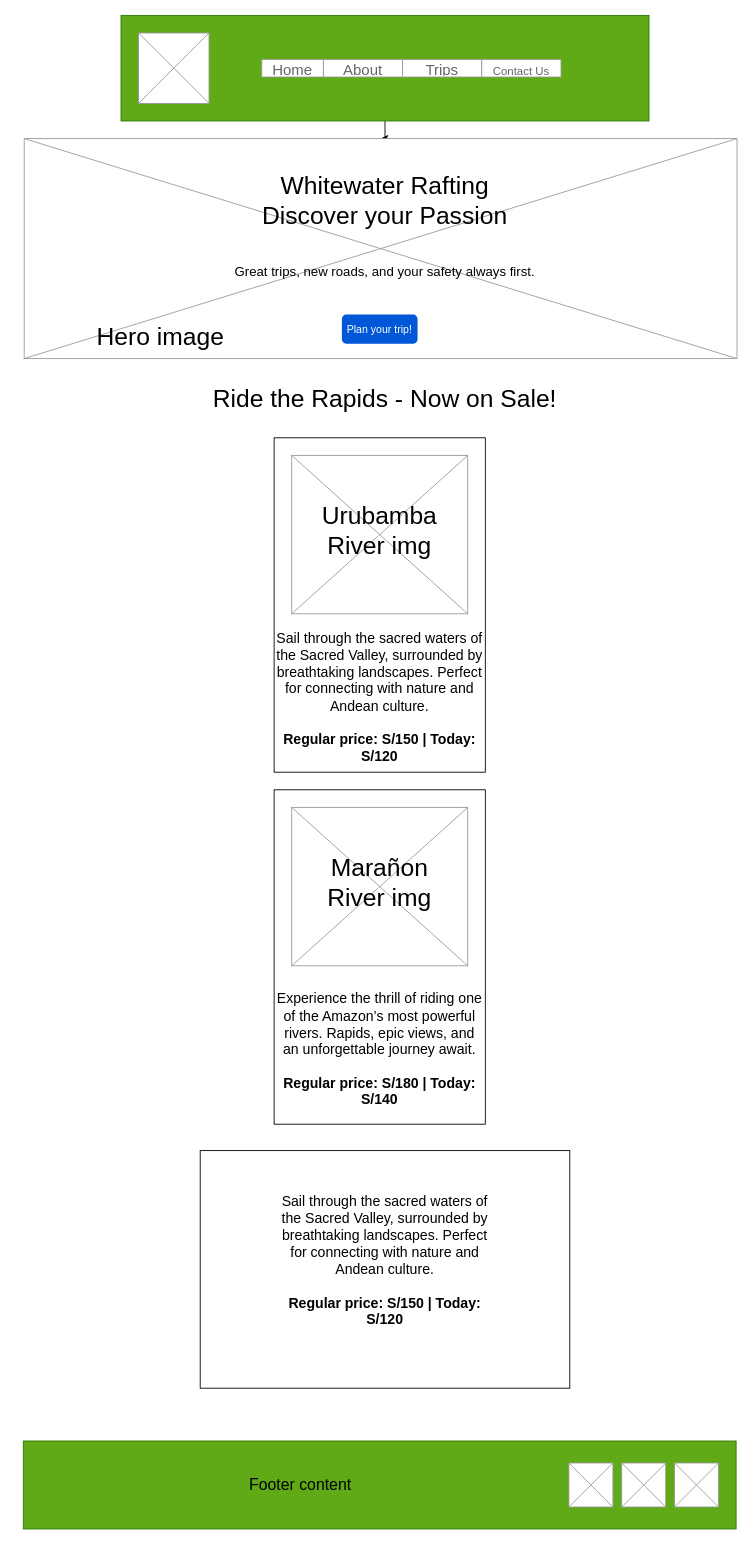
Earlier version of the draw.io diagram page "Trips" (2 of 2) of wireframes/trips.drawio (hugo-vasques/wdd130). Source tidied: cells renumbered, new cells numbered last; positions are measured from the earlier drawing's top-left corner, leaving out a move shared by most shapes. Both pictures are drawn from the tidied source at 88%, with x=0, y=0 at pixel (15, 15).
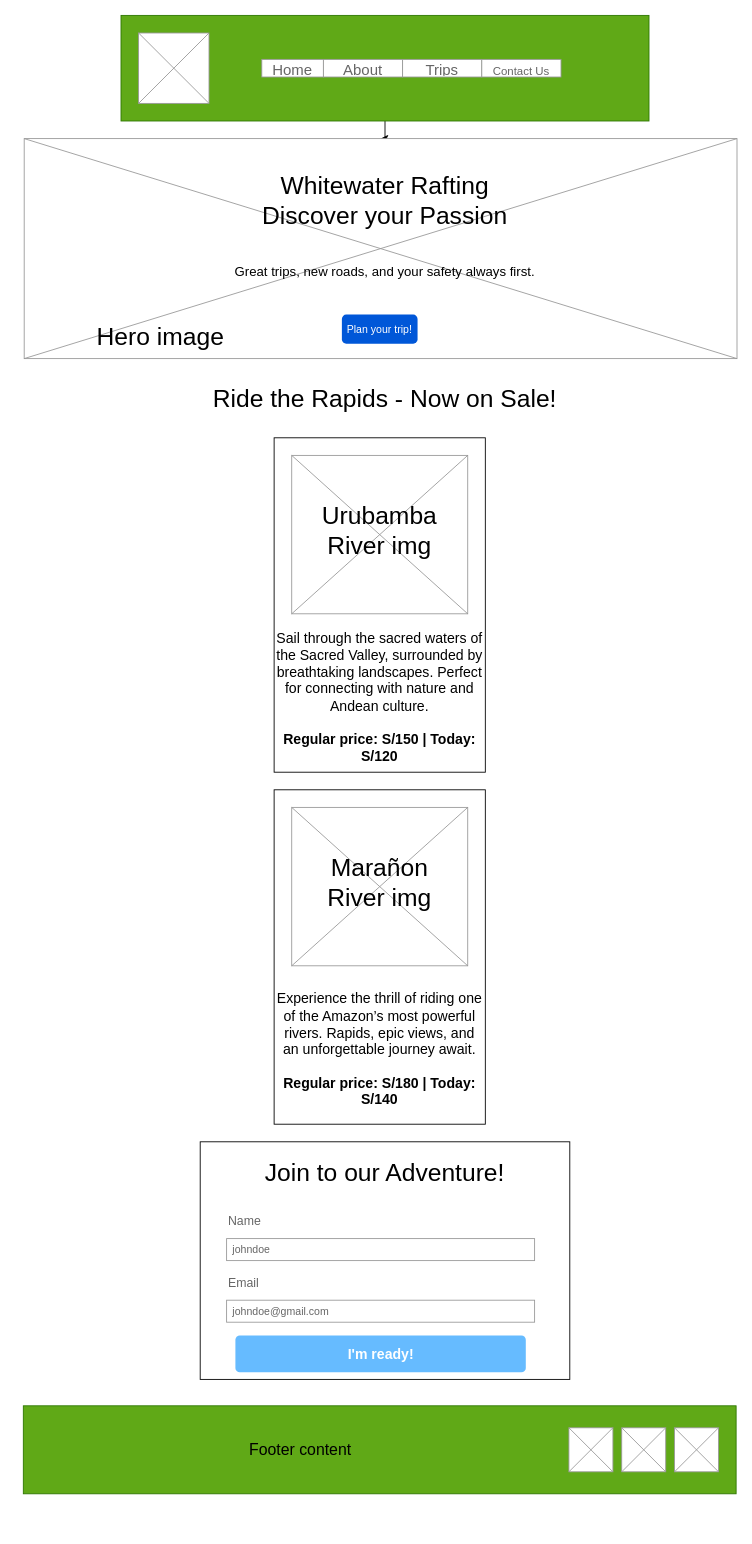
Above is the later version.

Commit message (it also covers changes not shown here):
added the link to my wireframe for the home page

Diff of the diagram source:
```diff
@@
     <mxCell id="2" style="rounded=0;whiteSpace=wrap;html=1;" parent="1" vertex="1">
-      <mxGeometry x="210" y="1290" width="420" height="270" as="geometry" />
+      <mxGeometry x="210" y="1280" width="420" height="270" as="geometry" />
     </mxCell>
@@
     <mxCell id="13" style="rounded=0;whiteSpace=wrap;html=1;fillColor=#60a917;fontColor=#ffffff;strokeColor=#2D7600;" parent="1" vertex="1">
-      <mxGeometry x="9" y="1620" width="810" height="100" as="geometry" />
+      <mxGeometry x="9" y="1580" width="810" height="100" as="geometry" />
     </mxCell>
     <mxCell id="14" style="verticalLabelPosition=bottom;shadow=0;dashed=0;align=center;html=1;verticalAlign=top;strokeWidth=1;shape=mxgraph.mockup.graphics.simpleIcon;strokeColor=#999999;" parent="1" vertex="1">
-      <mxGeometry x="629" y="1645" width="50" height="50" as="geometry" />
+      <mxGeometry x="629" y="1605" width="50" height="50" as="geometry" />
     </mxCell>
     <mxCell id="15" style="verticalLabelPosition=bottom;shadow=0;dashed=0;align=center;html=1;verticalAlign=top;strokeWidth=1;shape=mxgraph.mockup.graphics.simpleIcon;strokeColor=#999999;" parent="1" vertex="1">
-      <mxGeometry x="689" y="1645" width="50" height="50" as="geometry" />
+      <mxGeometry x="689" y="1605" width="50" height="50" as="geometry" />
     </mxCell>
     <mxCell id="16" style="verticalLabelPosition=bottom;shadow=0;dashed=0;align=center;html=1;verticalAlign=top;strokeWidth=1;shape=mxgraph.mockup.graphics.simpleIcon;strokeColor=#999999;" parent="1" vertex="1">
-      <mxGeometry x="749" y="1645" width="50" height="50" as="geometry" />
+      <mxGeometry x="749" y="1605" width="50" height="50" as="geometry" />
     </mxCell>
     <mxCell id="17" value="Footer content" style="text;html=1;align=center;verticalAlign=middle;whiteSpace=wrap;rounded=0;fontSize=18;" parent="1" vertex="1">
-      <mxGeometry x="49" y="1655" width="550" height="30" as="geometry" />
+      <mxGeometry x="49" y="1615" width="550" height="30" as="geometry" />
     </mxCell>
@@
-    <mxCell id="30" value="Sail through the sacred waters of the Sacred Valley, surrounded by breathtaking landscapes. Perfect for connecting with nature and Andean culture.&lt;br&gt;&lt;br&gt;&lt;strong&gt;Regular price: S/150 | Today: S/120&lt;/strong&gt;" style="text;html=1;align=center;verticalAlign=middle;whiteSpace=wrap;rounded=0;fontSize=16;" parent="1" vertex="1">
-      <mxGeometry x="300" y="1330" width="240" height="170" as="geometry" />
-    </mxCell>
+    <mxCell id="31" value="johndoe" style="strokeWidth=1;shadow=0;dashed=0;align=center;html=1;shape=mxgraph.mockup.forms.rrect;rSize=0;strokeColor=#999999;fontColor=#666666;align=left;spacingLeft=5;" parent="1" vertex="1">
+      <mxGeometry x="240" y="1390" width="350" height="25" as="geometry" />
+    </mxCell>
+    <mxCell id="32" value="Name" style="strokeWidth=1;shadow=0;dashed=0;align=center;html=1;shape=mxgraph.mockup.forms.anchor;fontSize=14;fontColor=#666666;align=left;spacingLeft=0;" parent="1" vertex="1">
+      <mxGeometry x="240" y="1360" width="200" height="20" as="geometry" />
+    </mxCell>
+    <mxCell id="33" value="Join to our Adventure!" style="text;html=1;align=center;verticalAlign=middle;whiteSpace=wrap;rounded=0;fontSize=28;" parent="1" vertex="1">
+      <mxGeometry x="250" y="1290" width="340" height="50" as="geometry" />
+    </mxCell>
+    <mxCell id="34" value="Email" style="strokeWidth=1;shadow=0;dashed=0;align=center;html=1;shape=mxgraph.mockup.forms.anchor;fontSize=14;fontColor=#666666;align=left;spacingLeft=0;" parent="1" vertex="1">
+      <mxGeometry x="240" y="1430" width="200" height="20" as="geometry" />
+    </mxCell>
+    <mxCell id="35" value="johndoe@gmail.com" style="strokeWidth=1;shadow=0;dashed=0;align=center;html=1;shape=mxgraph.mockup.forms.rrect;rSize=0;strokeColor=#999999;fontColor=#666666;align=left;spacingLeft=5;" parent="1" vertex="1">
+      <mxGeometry x="240" y="1460" width="350" height="25" as="geometry" />
+    </mxCell>
+    <mxCell id="36" value="I'm ready!" style="strokeWidth=1;shadow=0;dashed=0;align=center;html=1;shape=mxgraph.mockup.forms.rrect;rSize=5;strokeColor=none;fontColor=#ffffff;fillColor=#66bbff;fontSize=16;fontStyle=1;" parent="1" vertex="1">
+      <mxGeometry x="250" y="1500" width="330" height="42" as="geometry" />
+    </mxCell>
```
